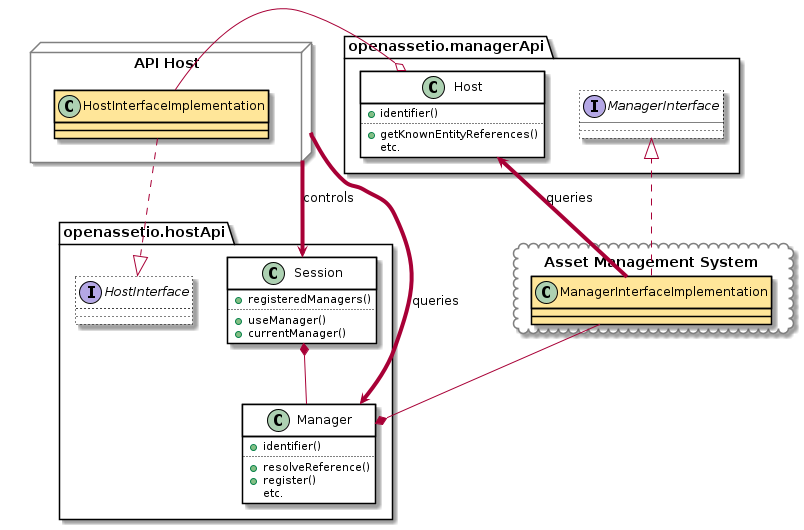
Before: docs/inline_umlgraph_4.png, a diagram exported from PlantUML (foundrytom/OpenAssetIO). Its diagram source:
```plantuml
@startuml
package openassetio.managerApi {
    class Host #white ##black {
        +identifier()
        ..
        +getKnownEntityReferences()
        etc.
    }
    interface ManagerInterface #white;line.dotted ##black
}

package openassetio.hostApi {
    interface HostInterface #white;line.dotted ##black
    class Session #white ##black {
        +registeredManagers()
        ..
        +useManager()
        +currentManager()
    }
    class Manager #white ##black {
        +identifier()
        ..
        +resolveReference()
        +register()
        etc.
    }
}

package "API Host" <<Node>> #line:grey {
    class HostInterfaceImplementation #ffe699 ##black
}

package "Asset Management System" <<Cloud>> #line:grey {
    class ManagerInterfaceImplementation #ffe699 ##black
}

Session *-- Manager

ManagerInterfaceImplementation --* Manager
ManagerInterfaceImplementation -up[thickness=4]-> Host : queries
ManagerInterfaceImplementation ..|> ManagerInterface

Host o-l- HostInterfaceImplementation

HostInterfaceImplementation ..|> HostInterface
"API Host" -[thickness=4]-> Session : controls
"API Host" -[thickness=4]-> Manager : queries
@enduml
```
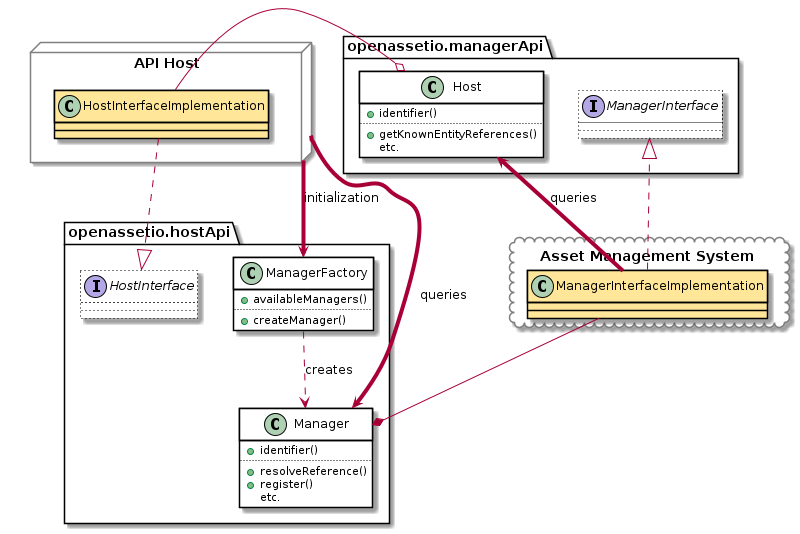
After the commit.

What changed in the source:
```diff
@@ -11,11 +11,10 @@
 
 package openassetio.hostApi {
     interface HostInterface #white;line.dotted ##black
-    class Session #white ##black {
-        +registeredManagers()
+    class ManagerFactory #white ##black {
+        +availableManagers()
         ..
-        +useManager()
-        +currentManager()
+        +createManager()
     }
     class Manager #white ##black {
         +identifier()
@@ -34,7 +33,7 @@
     class ManagerInterfaceImplementation #ffe699 ##black
 }
 
-Session *-- Manager
+ManagerFactory ..> Manager : creates
 
 ManagerInterfaceImplementation --* Manager
 ManagerInterfaceImplementation -up[thickness=4]-> Host : queries
@@ -43,6 +42,6 @@
 Host o-l- HostInterfaceImplementation
 
 HostInterfaceImplementation ..|> HostInterface
-"API Host" -[thickness=4]-> Session : controls
+"API Host" -[thickness=4]-> ManagerFactory : initialization
 "API Host" -[thickness=4]-> Manager : queries
 @enduml
```
